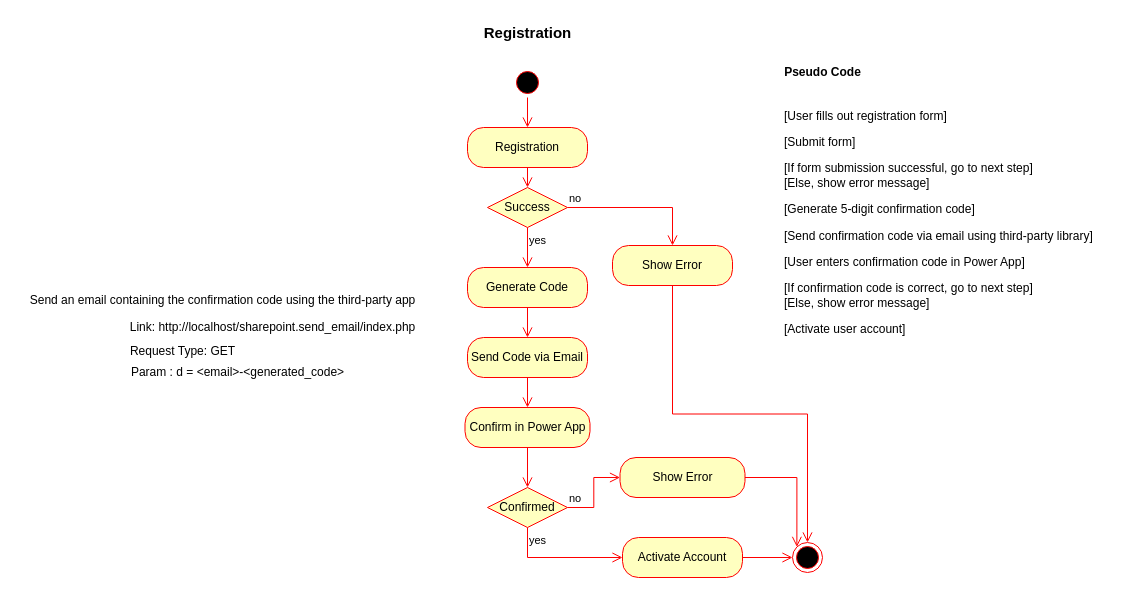
Earlier version of the draw.io diagram page "Registration" (1 of 2) of expenseclaims.drawio (Chizzaru/ExpenseClaims_Figures). Source tidied: cells renumbered, new cells numbered last; positions are measured from the earlier drawing's top-left corner, leaving out a move shared by most shapes. Both pictures are drawn from the tidied source at 100%, with x=0, y=0 at pixel (17, 17).
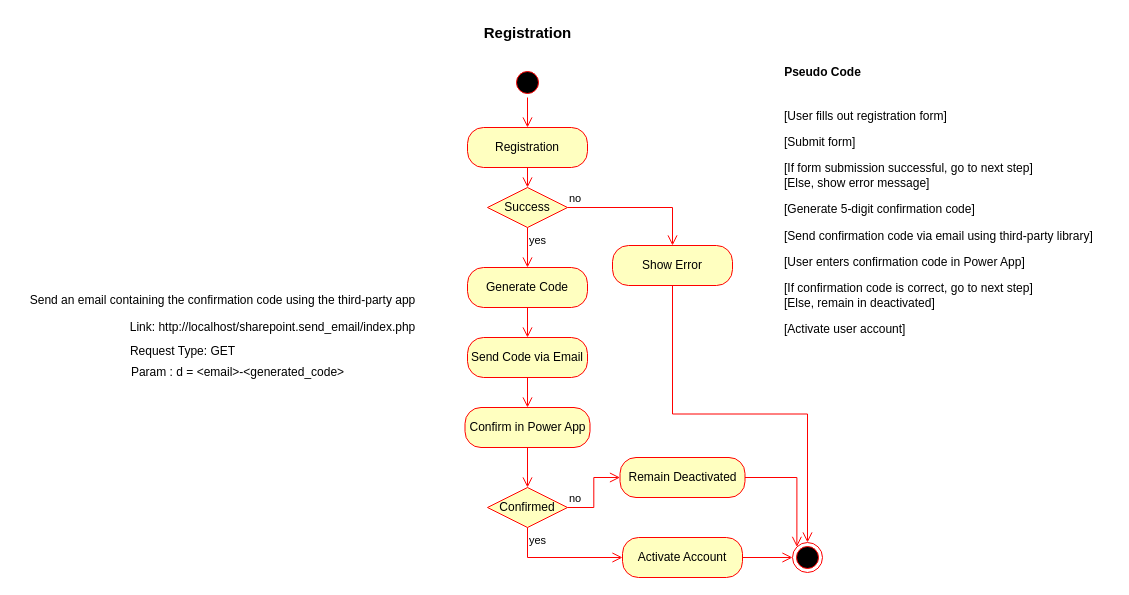
After the change.

Diff of the diagram source:
```diff
@@
-    <mxCell id="22" value="&lt;p&gt;[User fills out registration form]&lt;/p&gt;&lt;p&gt;[Submit form]&lt;/p&gt;&lt;p&gt;[If form submission successful, go to next step]&lt;br/&gt;[Else, show error message]&lt;/p&gt;&lt;p&gt;[Generate 5-digit confirmation code]&lt;/p&gt;&lt;p&gt;[Send confirmation code via email using third-party library]&lt;/p&gt;&lt;p&gt;[User enters confirmation code in Power App]&lt;/p&gt;&lt;p&gt;[If confirmation code is correct, go to next step]&lt;br/&gt;[Else, show error message]&lt;/p&gt;&lt;p&gt;[Activate user account]&lt;/p&gt;" style="text;html=1;align=left;verticalAlign=middle;strokeColor=none;fillColor=none;" parent="1" vertex="1">
+    <mxCell id="22" value="&lt;p&gt;[User fills out registration form]&lt;/p&gt;&lt;p&gt;[Submit form]&lt;/p&gt;&lt;p&gt;[If form submission successful, go to next step]&lt;br&gt;[Else, show error message]&lt;/p&gt;&lt;p&gt;[Generate 5-digit confirmation code]&lt;/p&gt;&lt;p&gt;[Send confirmation code via email using third-party library]&lt;/p&gt;&lt;p&gt;[User enters confirmation code in Power App]&lt;/p&gt;&lt;p&gt;[If confirmation code is correct, go to next step]&lt;br&gt;[Else, remain in deactivated]&lt;/p&gt;&lt;p&gt;[Activate user account]&lt;/p&gt;" style="text;html=1;align=left;verticalAlign=middle;strokeColor=none;fillColor=none;" parent="1" vertex="1">
       <mxGeometry x="765" y="70" width="330" height="270" as="geometry" />
     </mxCell>
@@
-    <mxCell id="30" value="Show Error" style="rounded=1;whiteSpace=wrap;html=1;arcSize=40;fontColor=#000000;fillColor=#ffffc0;strokeColor=#ff0000;" parent="1" vertex="1">
+    <mxCell id="30" value="Remain Deactivated" style="rounded=1;whiteSpace=wrap;html=1;arcSize=40;fontColor=#000000;fillColor=#ffffc0;strokeColor=#ff0000;" parent="1" vertex="1">
       <mxGeometry x="602.5" y="440" width="125" height="40" as="geometry" />
     </mxCell>
```
